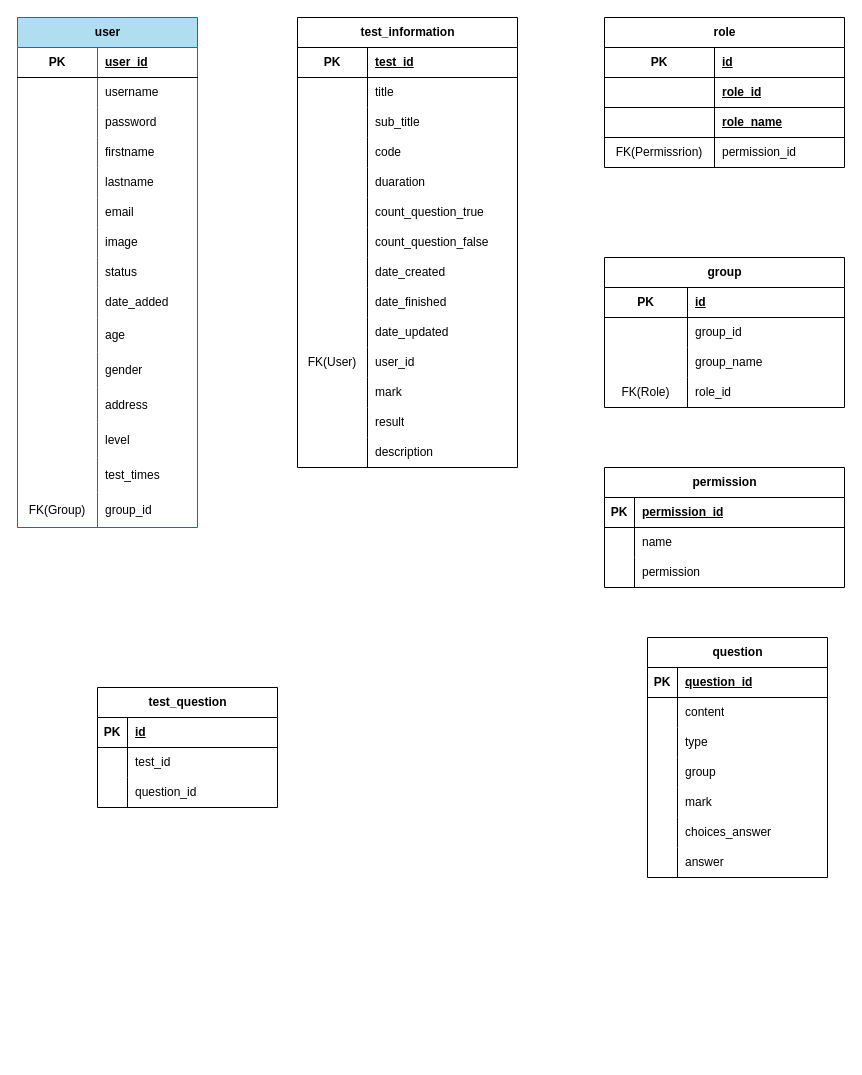
hieunv46/yoons_erd keeps this draw.io diagram as yoons_erd.drawio. Above is the earlier version. Source tidied: cells renumbered, new cells numbered last; positions are measured from the earlier drawing's top-left corner, leaving out a move shared by most shapes. Both pictures are drawn from the tidied source at 100%, with x=0, y=0 at pixel (17, 17).
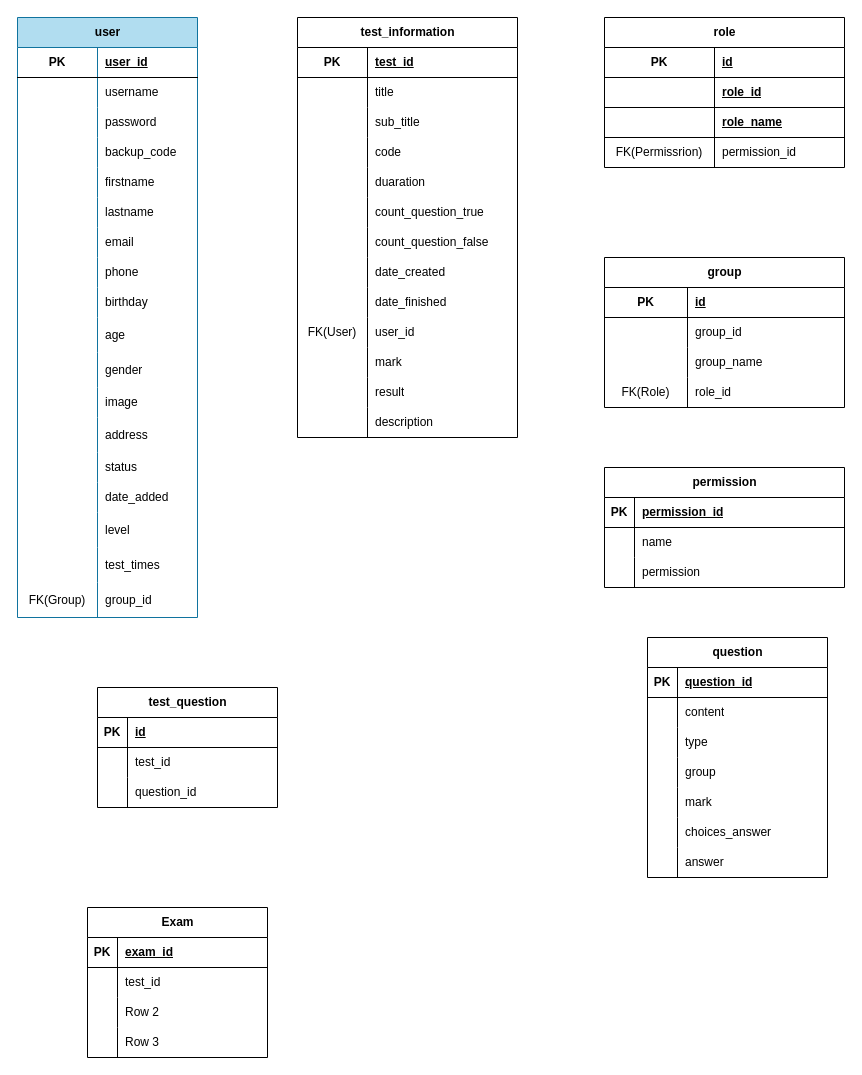
The same page after the edit.

Change to the diagram source:
```diff
@@
     <mxCell id="2" value="test_information" style="shape=table;startSize=30;childLayout=tableLayout;rowLines=0;fontStyle=1;align=center;html=1;" parent="1" vertex="1">
-      <mxGeometry x="280" width="220" height="450" as="geometry" />
+      <mxGeometry x="280" width="220" height="420" as="geometry" />
     </mxCell>
@@
-    <mxCell id="30" style="shape=tableRow;horizontal=0;startSize=0;swimlaneHead=0;swimlaneBody=0;fillColor=none;top=0;left=0;right=0;bottom=0;" parent="2" vertex="1">
-      <mxGeometry y="300" width="220" height="30" as="geometry" />
-    </mxCell>
-    <mxCell id="31" style="shape=partialRectangle;fillColor=none;top=0;left=0;bottom=0;right=0;overflow=hidden;whiteSpace=wrap;html=1;" parent="30" vertex="1">
-      <mxGeometry width="70" height="30" as="geometry" />
-    </mxCell>
-    <mxCell id="32" value="date_updated" style="shape=partialRectangle;fillColor=none;top=0;left=0;bottom=0;right=0;align=left;spacingLeft=6;overflow=hidden;whiteSpace=wrap;html=1;" parent="30" vertex="1">
-      <mxGeometry x="70" width="150" height="30" as="geometry" />
-    </mxCell>
     <mxCell id="33" style="shape=tableRow;horizontal=0;startSize=0;swimlaneHead=0;swimlaneBody=0;fillColor=none;top=0;left=0;right=0;bottom=0;" parent="2" vertex="1">
-      <mxGeometry y="330" width="220" height="30" as="geometry" />
+      <mxGeometry y="300" width="220" height="30" as="geometry" />
     </mxCell>
@@
     <mxCell id="36" style="shape=tableRow;horizontal=0;startSize=0;swimlaneHead=0;swimlaneBody=0;fillColor=none;top=0;left=0;right=0;bottom=0;" parent="2" vertex="1">
-      <mxGeometry y="360" width="220" height="30" as="geometry" />
+      <mxGeometry y="330" width="220" height="30" as="geometry" />
     </mxCell>
@@
     <mxCell id="39" style="shape=tableRow;horizontal=0;startSize=0;swimlaneHead=0;swimlaneBody=0;fillColor=none;top=0;left=0;right=0;bottom=0;" parent="2" vertex="1">
-      <mxGeometry y="390" width="220" height="30" as="geometry" />
+      <mxGeometry y="360" width="220" height="30" as="geometry" />
     </mxCell>
@@
     <mxCell id="42" style="shape=tableRow;horizontal=0;startSize=0;swimlaneHead=0;swimlaneBody=0;fillColor=none;top=0;left=0;right=0;bottom=0;" parent="2" vertex="1">
-      <mxGeometry y="420" width="220" height="30" as="geometry" />
+      <mxGeometry y="390" width="220" height="30" as="geometry" />
     </mxCell>
@@
     <mxCell id="68" value="user" style="shape=table;startSize=30;childLayout=tableLayout;rowLines=0;fontStyle=1;align=center;html=1;fillColor=#b1ddf0;strokeColor=#10739e;" parent="1" vertex="1">
-      <mxGeometry width="180" height="510" as="geometry" />
+      <mxGeometry width="180" height="600" as="geometry" />
     </mxCell>
@@
+    <mxCell id="159" style="shape=tableRow;horizontal=0;startSize=0;swimlaneHead=0;swimlaneBody=0;fillColor=none;top=0;left=0;right=0;bottom=0;" parent="68" vertex="1">
+      <mxGeometry y="120" width="180" height="30" as="geometry" />
+    </mxCell>
+    <mxCell id="160" style="shape=partialRectangle;fillColor=none;top=0;left=0;bottom=0;right=0;overflow=hidden;whiteSpace=wrap;html=1;" parent="159" vertex="1">
+      <mxGeometry width="80" height="30" as="geometry" />
+    </mxCell>
+    <mxCell id="161" value="backup_code" style="shape=partialRectangle;fillColor=none;top=0;left=0;bottom=0;right=0;align=left;spacingLeft=6;overflow=hidden;whiteSpace=wrap;html=1;" parent="159" vertex="1">
+      <mxGeometry x="80" width="100" height="30" as="geometry" />
+    </mxCell>
     <mxCell id="78" style="shape=tableRow;horizontal=0;startSize=0;swimlaneHead=0;swimlaneBody=0;fillColor=none;top=0;left=0;right=0;bottom=0;" parent="68" vertex="1">
-      <mxGeometry y="120" width="180" height="30" as="geometry" />
+      <mxGeometry y="150" width="180" height="30" as="geometry" />
     </mxCell>
@@
     <mxCell id="81" style="shape=tableRow;horizontal=0;startSize=0;swimlaneHead=0;swimlaneBody=0;fillColor=none;top=0;left=0;right=0;bottom=0;" parent="68" vertex="1">
-      <mxGeometry y="150" width="180" height="30" as="geometry" />
+      <mxGeometry y="180" width="180" height="30" as="geometry" />
     </mxCell>
@@
     <mxCell id="84" style="shape=tableRow;horizontal=0;startSize=0;swimlaneHead=0;swimlaneBody=0;fillColor=none;top=0;left=0;right=0;bottom=0;" parent="68" vertex="1">
-      <mxGeometry y="180" width="180" height="30" as="geometry" />
+      <mxGeometry y="210" width="180" height="30" as="geometry" />
     </mxCell>
@@
+    <mxCell id="162" style="shape=tableRow;horizontal=0;startSize=0;swimlaneHead=0;swimlaneBody=0;fillColor=none;top=0;left=0;right=0;bottom=0;" parent="68" vertex="1">
+      <mxGeometry y="240" width="180" height="30" as="geometry" />
+    </mxCell>
+    <mxCell id="163" style="shape=partialRectangle;fillColor=none;top=0;left=0;bottom=0;right=0;overflow=hidden;whiteSpace=wrap;html=1;" parent="162" vertex="1">
+      <mxGeometry width="80" height="30" as="geometry" />
+    </mxCell>
+    <mxCell id="164" value="phone" style="shape=partialRectangle;fillColor=none;top=0;left=0;bottom=0;right=0;align=left;spacingLeft=6;overflow=hidden;whiteSpace=wrap;html=1;" parent="162" vertex="1">
+      <mxGeometry x="80" width="100" height="30" as="geometry" />
+    </mxCell>
+    <mxCell id="165" style="shape=tableRow;horizontal=0;startSize=0;swimlaneHead=0;swimlaneBody=0;fillColor=none;top=0;left=0;right=0;bottom=0;" parent="68" vertex="1">
+      <mxGeometry y="270" width="180" height="30" as="geometry" />
+    </mxCell>
+    <mxCell id="166" style="shape=partialRectangle;fillColor=none;top=0;left=0;bottom=0;right=0;overflow=hidden;whiteSpace=wrap;html=1;" parent="165" vertex="1">
+      <mxGeometry width="80" height="30" as="geometry" />
+    </mxCell>
+    <mxCell id="167" value="birthday" style="shape=partialRectangle;fillColor=none;top=0;left=0;bottom=0;right=0;align=left;spacingLeft=6;overflow=hidden;whiteSpace=wrap;html=1;" parent="165" vertex="1">
+      <mxGeometry x="80" width="100" height="30" as="geometry" />
+    </mxCell>
+    <mxCell id="96" style="shape=tableRow;horizontal=0;startSize=0;swimlaneHead=0;swimlaneBody=0;fillColor=none;top=0;left=0;right=0;bottom=0;" parent="68" vertex="1">
+      <mxGeometry y="300" width="180" height="35" as="geometry" />
+    </mxCell>
+    <mxCell id="97" style="shape=partialRectangle;fillColor=none;top=0;left=0;bottom=0;right=0;overflow=hidden;whiteSpace=wrap;html=1;" parent="96" vertex="1">
+      <mxGeometry width="80" height="35" as="geometry" />
+    </mxCell>
+    <mxCell id="98" value="age" style="shape=partialRectangle;fillColor=none;top=0;left=0;bottom=0;right=0;align=left;spacingLeft=6;overflow=hidden;whiteSpace=wrap;html=1;" parent="96" vertex="1">
+      <mxGeometry x="80" width="100" height="35" as="geometry" />
+    </mxCell>
+    <mxCell id="99" style="shape=tableRow;horizontal=0;startSize=0;swimlaneHead=0;swimlaneBody=0;fillColor=none;top=0;left=0;right=0;bottom=0;" parent="68" vertex="1">
+      <mxGeometry y="335" width="180" height="35" as="geometry" />
+    </mxCell>
+    <mxCell id="100" style="shape=partialRectangle;fillColor=none;top=0;left=0;bottom=0;right=0;overflow=hidden;whiteSpace=wrap;html=1;" parent="99" vertex="1">
+      <mxGeometry width="80" height="35" as="geometry" />
+    </mxCell>
+    <mxCell id="101" value="gender" style="shape=partialRectangle;fillColor=none;top=0;left=0;bottom=0;right=0;align=left;spacingLeft=6;overflow=hidden;whiteSpace=wrap;html=1;" parent="99" vertex="1">
+      <mxGeometry x="80" width="100" height="35" as="geometry" />
+    </mxCell>
     <mxCell id="87" style="shape=tableRow;horizontal=0;startSize=0;swimlaneHead=0;swimlaneBody=0;fillColor=none;top=0;left=0;right=0;bottom=0;" parent="68" vertex="1">
-      <mxGeometry y="210" width="180" height="30" as="geometry" />
+      <mxGeometry y="370" width="180" height="30" as="geometry" />
     </mxCell>
@@
+    <mxCell id="102" style="shape=tableRow;horizontal=0;startSize=0;swimlaneHead=0;swimlaneBody=0;fillColor=none;top=0;left=0;right=0;bottom=0;" parent="68" vertex="1">
+      <mxGeometry y="400" width="180" height="35" as="geometry" />
+    </mxCell>
+    <mxCell id="103" style="shape=partialRectangle;fillColor=none;top=0;left=0;bottom=0;right=0;overflow=hidden;whiteSpace=wrap;html=1;" parent="102" vertex="1">
+      <mxGeometry width="80" height="35" as="geometry" />
+    </mxCell>
+    <mxCell id="104" value="address" style="shape=partialRectangle;fillColor=none;top=0;left=0;bottom=0;right=0;align=left;spacingLeft=6;overflow=hidden;whiteSpace=wrap;html=1;" parent="102" vertex="1">
+      <mxGeometry x="80" width="100" height="35" as="geometry" />
+    </mxCell>
     <mxCell id="90" style="shape=tableRow;horizontal=0;startSize=0;swimlaneHead=0;swimlaneBody=0;fillColor=none;top=0;left=0;right=0;bottom=0;" parent="68" vertex="1">
-      <mxGeometry y="240" width="180" height="30" as="geometry" />
+      <mxGeometry y="435" width="180" height="30" as="geometry" />
     </mxCell>
@@
     <mxCell id="93" style="shape=tableRow;horizontal=0;startSize=0;swimlaneHead=0;swimlaneBody=0;fillColor=none;top=0;left=0;right=0;bottom=0;" parent="68" vertex="1">
-      <mxGeometry y="270" width="180" height="30" as="geometry" />
+      <mxGeometry y="465" width="180" height="30" as="geometry" />
     </mxCell>
@@
-    <mxCell id="96" style="shape=tableRow;horizontal=0;startSize=0;swimlaneHead=0;swimlaneBody=0;fillColor=none;top=0;left=0;right=0;bottom=0;" parent="68" vertex="1">
-      <mxGeometry y="300" width="180" height="35" as="geometry" />
-    </mxCell>
-    <mxCell id="97" style="shape=partialRectangle;fillColor=none;top=0;left=0;bottom=0;right=0;overflow=hidden;whiteSpace=wrap;html=1;" parent="96" vertex="1">
-      <mxGeometry width="80" height="35" as="geometry" />
-    </mxCell>
-    <mxCell id="98" value="age" style="shape=partialRectangle;fillColor=none;top=0;left=0;bottom=0;right=0;align=left;spacingLeft=6;overflow=hidden;whiteSpace=wrap;html=1;" parent="96" vertex="1">
-      <mxGeometry x="80" width="100" height="35" as="geometry" />
-    </mxCell>
-    <mxCell id="99" style="shape=tableRow;horizontal=0;startSize=0;swimlaneHead=0;swimlaneBody=0;fillColor=none;top=0;left=0;right=0;bottom=0;" parent="68" vertex="1">
-      <mxGeometry y="335" width="180" height="35" as="geometry" />
-    </mxCell>
-    <mxCell id="100" style="shape=partialRectangle;fillColor=none;top=0;left=0;bottom=0;right=0;overflow=hidden;whiteSpace=wrap;html=1;" parent="99" vertex="1">
-      <mxGeometry width="80" height="35" as="geometry" />
-    </mxCell>
-    <mxCell id="101" value="gender" style="shape=partialRectangle;fillColor=none;top=0;left=0;bottom=0;right=0;align=left;spacingLeft=6;overflow=hidden;whiteSpace=wrap;html=1;" parent="99" vertex="1">
-      <mxGeometry x="80" width="100" height="35" as="geometry" />
-    </mxCell>
-    <mxCell id="102" style="shape=tableRow;horizontal=0;startSize=0;swimlaneHead=0;swimlaneBody=0;fillColor=none;top=0;left=0;right=0;bottom=0;" parent="68" vertex="1">
-      <mxGeometry y="370" width="180" height="35" as="geometry" />
-    </mxCell>
-    <mxCell id="103" style="shape=partialRectangle;fillColor=none;top=0;left=0;bottom=0;right=0;overflow=hidden;whiteSpace=wrap;html=1;" parent="102" vertex="1">
-      <mxGeometry width="80" height="35" as="geometry" />
-    </mxCell>
-    <mxCell id="104" value="address" style="shape=partialRectangle;fillColor=none;top=0;left=0;bottom=0;right=0;align=left;spacingLeft=6;overflow=hidden;whiteSpace=wrap;html=1;" parent="102" vertex="1">
-      <mxGeometry x="80" width="100" height="35" as="geometry" />
-    </mxCell>
     <mxCell id="105" style="shape=tableRow;horizontal=0;startSize=0;swimlaneHead=0;swimlaneBody=0;fillColor=none;top=0;left=0;right=0;bottom=0;" parent="68" vertex="1">
-      <mxGeometry y="405" width="180" height="35" as="geometry" />
+      <mxGeometry y="495" width="180" height="35" as="geometry" />
     </mxCell>
@@
     <mxCell id="108" style="shape=tableRow;horizontal=0;startSize=0;swimlaneHead=0;swimlaneBody=0;fillColor=none;top=0;left=0;right=0;bottom=0;" parent="68" vertex="1">
-      <mxGeometry y="440" width="180" height="35" as="geometry" />
+      <mxGeometry y="530" width="180" height="35" as="geometry" />
     </mxCell>
@@
     <mxCell id="111" style="shape=tableRow;horizontal=0;startSize=0;swimlaneHead=0;swimlaneBody=0;fillColor=none;top=0;left=0;right=0;bottom=0;" parent="68" vertex="1">
-      <mxGeometry y="475" width="180" height="35" as="geometry" />
+      <mxGeometry y="565" width="180" height="35" as="geometry" />
     </mxCell>
@@
+    <mxCell id="168" value="Exam" style="shape=table;startSize=30;childLayout=tableLayout;rowLines=0;fontStyle=1;align=center;html=1;" parent="1" vertex="1">
+      <mxGeometry x="70" y="890" width="180" height="150" as="geometry" />
+    </mxCell>
+    <mxCell id="169" style="shape=tableRow;horizontal=0;startSize=0;swimlaneHead=0;swimlaneBody=0;fillColor=none;top=0;left=0;right=0;bottom=1;" parent="168" vertex="1">
+      <mxGeometry y="30" width="180" height="30" as="geometry" />
+    </mxCell>
+    <mxCell id="170" value="PK" style="shape=partialRectangle;fillColor=none;top=0;left=0;bottom=0;right=0;fontStyle=1;overflow=hidden;whiteSpace=wrap;html=1;" parent="169" vertex="1">
+      <mxGeometry width="30" height="30" as="geometry" />
+    </mxCell>
+    <mxCell id="171" value="exam_id" style="shape=partialRectangle;fillColor=none;top=0;left=0;bottom=0;right=0;align=left;spacingLeft=6;fontStyle=5;overflow=hidden;whiteSpace=wrap;html=1;" parent="169" vertex="1">
+      <mxGeometry x="30" width="150" height="30" as="geometry" />
+    </mxCell>
+    <mxCell id="172" style="shape=tableRow;horizontal=0;startSize=0;swimlaneHead=0;swimlaneBody=0;fillColor=none;top=0;left=0;right=0;bottom=0;" parent="168" vertex="1">
+      <mxGeometry y="60" width="180" height="30" as="geometry" />
+    </mxCell>
+    <mxCell id="173" style="shape=partialRectangle;fillColor=none;top=0;left=0;bottom=0;right=0;overflow=hidden;whiteSpace=wrap;html=1;" parent="172" vertex="1">
+      <mxGeometry width="30" height="30" as="geometry" />
+    </mxCell>
+    <mxCell id="174" value="test_id" style="shape=partialRectangle;fillColor=none;top=0;left=0;bottom=0;right=0;align=left;spacingLeft=6;overflow=hidden;whiteSpace=wrap;html=1;" parent="172" vertex="1">
+      <mxGeometry x="30" width="150" height="30" as="geometry" />
+    </mxCell>
+    <mxCell id="175" style="shape=tableRow;horizontal=0;startSize=0;swimlaneHead=0;swimlaneBody=0;fillColor=none;top=0;left=0;right=0;bottom=0;" parent="168" vertex="1">
+      <mxGeometry y="90" width="180" height="30" as="geometry" />
+    </mxCell>
+    <mxCell id="176" style="shape=partialRectangle;fillColor=none;top=0;left=0;bottom=0;right=0;overflow=hidden;whiteSpace=wrap;html=1;" parent="175" vertex="1">
+      <mxGeometry width="30" height="30" as="geometry" />
+    </mxCell>
+    <mxCell id="177" value="Row 2" style="shape=partialRectangle;fillColor=none;top=0;left=0;bottom=0;right=0;align=left;spacingLeft=6;overflow=hidden;whiteSpace=wrap;html=1;" parent="175" vertex="1">
+      <mxGeometry x="30" width="150" height="30" as="geometry" />
+    </mxCell>
+    <mxCell id="178" style="shape=tableRow;horizontal=0;startSize=0;swimlaneHead=0;swimlaneBody=0;fillColor=none;top=0;left=0;right=0;bottom=0;" parent="168" vertex="1">
+      <mxGeometry y="120" width="180" height="30" as="geometry" />
+    </mxCell>
+    <mxCell id="179" style="shape=partialRectangle;fillColor=none;top=0;left=0;bottom=0;right=0;overflow=hidden;whiteSpace=wrap;html=1;" parent="178" vertex="1">
+      <mxGeometry width="30" height="30" as="geometry" />
+    </mxCell>
+    <mxCell id="180" value="Row 3" style="shape=partialRectangle;fillColor=none;top=0;left=0;bottom=0;right=0;align=left;spacingLeft=6;overflow=hidden;whiteSpace=wrap;html=1;" parent="178" vertex="1">
+      <mxGeometry x="30" width="150" height="30" as="geometry" />
+    </mxCell>
```
